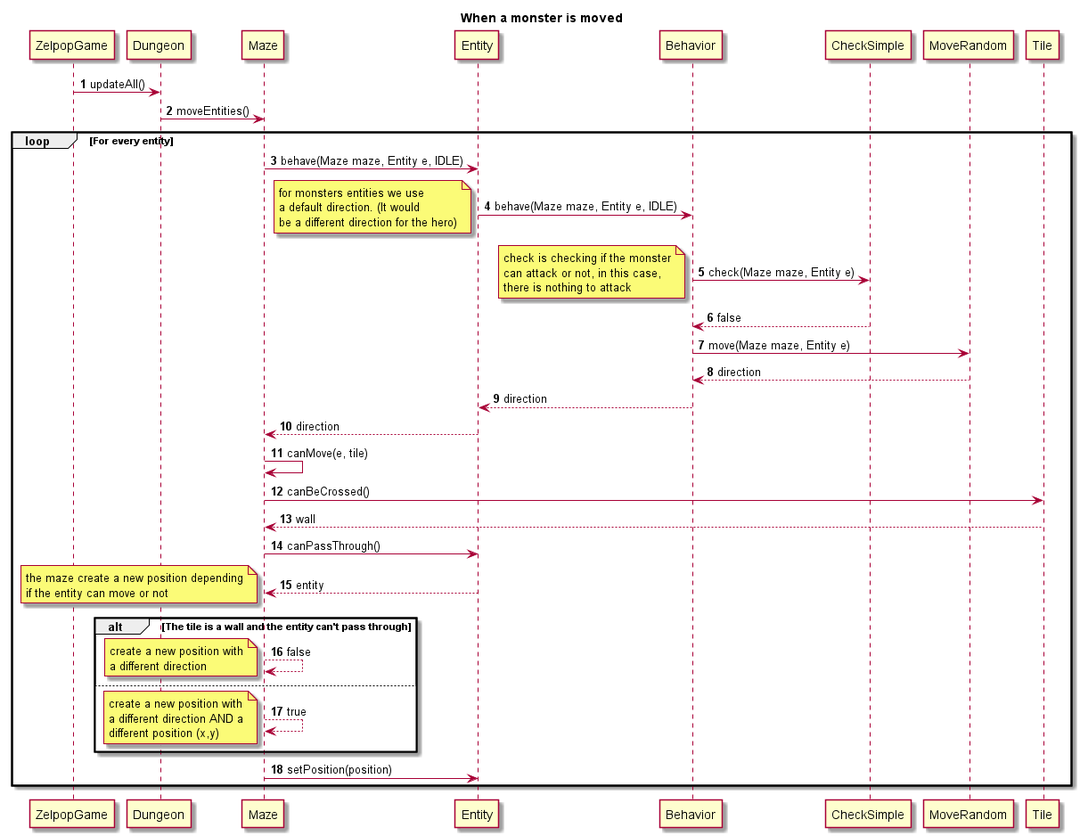
Above: doc/second_sprint/diagrams/sequences/move.png in Reynault/ACL_2019_Zelpop (PlantUML), before the change. The source it was exported from:
```plantuml
@startuml

title When a monster is moved
autonumber

ZelpopGame -> Dungeon : updateAll()
Dungeon -> Maze : moveEntities()

loop For every entity

    Maze -> Entity : behave(Maze maze, Entity e, IDLE)

    Entity -> Behavior : behave(Maze maze, Entity e, IDLE)

    note left
        for monsters entities we use
        a default direction. (It would
        be a different direction for the hero)
    end note

    Behavior -> CheckSimple : check(Maze maze, Entity e)

    note left
        check is checking if the monster
        can attack or not, in this case,
        there is nothing to attack
    end note

    CheckSimple --> Behavior : false

    Behavior -> MoveRandom : move(Maze maze, Entity e)

    MoveRandom --> Behavior : direction

    Behavior --> Entity : direction

    Entity --> Maze : direction

    Maze -> Maze : canMove(e, tile)

    Maze -> Tile : canBeCrossed()

    Tile --> Maze : wall

    Maze -> Entity : canPassThrough()

    Entity --> Maze : entity

    note left
        the maze create a new position depending
        if the entity can move or not
    end note

    alt The tile is a wall and the entity can't pass through

        Maze --> Maze : false

        note left
            create a new position with
            a different direction
        end note

    else

        Maze --> Maze : true

        note left
            create a new position with
            a different direction AND a
            different position (x,y)
        end note

    end

    Maze -> Entity : setPosition(position)

end

@enduml
```
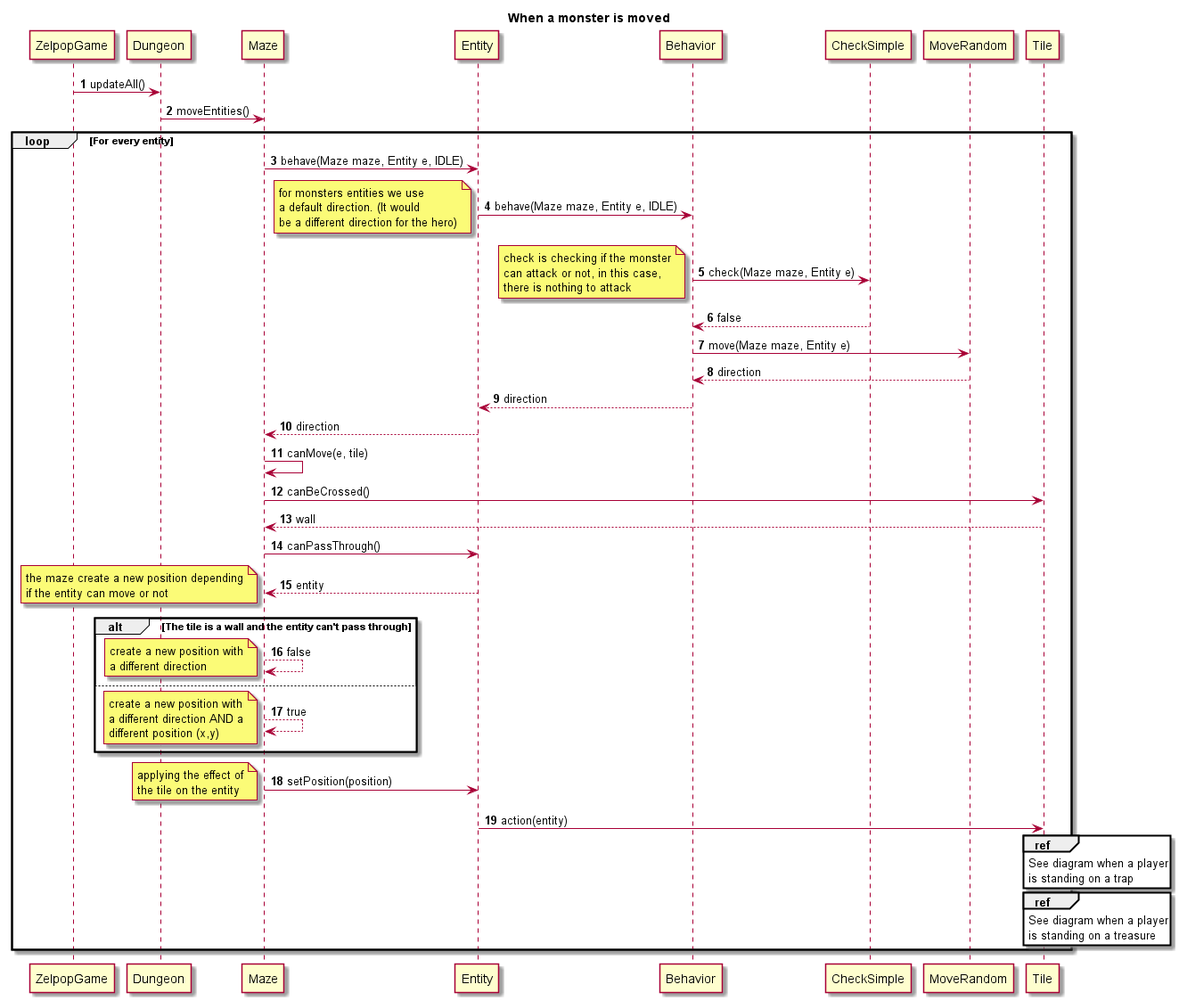
After the commit.

Change to the diagram source:
```diff
@@ -74,6 +74,23 @@
 
     Maze -> Entity : setPosition(position)
 
+    note left
+        applying the effect of
+        the tile on the entity
+    end note
+
+    Entity -> Tile : action(entity)
+
+    ref over Tile
+        See diagram when a player
+        is standing on a trap
+    end ref
+
+    ref over Tile
+        See diagram when a player
+        is standing on a treasure
+    end ref
+
 end
 
 @enduml
```
